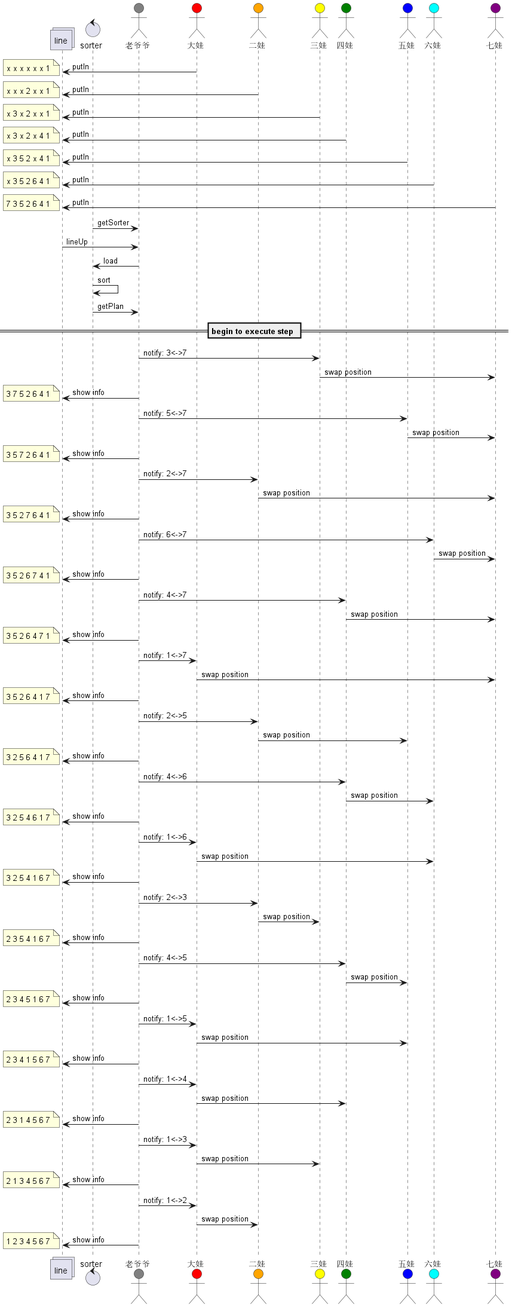
Kekwy/kekwy.github.io keeps this PlantUML diagram as imglib/javahw2/tast1_timeLine.png. Above is the earlier version. The source it was exported from:
```plantuml
@startuml


collections line

control sorter
actor   老爷爷  as   theGeezer #Grey
actor   大娃   as   ONE       #Red
actor   二娃   as   TWO       #Orange
actor   三娃   as   THREE     #Yellow
actor   四娃   as   FOUR      #Green
actor   五娃   as   FIVE      #Blue
actor   六娃   as   SIX       #Cyan
actor   七娃   as   SEVEN     #Purple

line <- ONE: putIn
note left: x x x x x x 1

line <- TWO: putIn
note left: x x x 2 x x 1

line <- THREE: putIn
note left: x 3 x 2 x x 1

line <- FOUR: putIn
note left: x 3 x 2 x 4 1

line <- FIVE: putIn
note left: x 3 5 2 x 4 1

line <- SIX: putIn
note left: x 3 5 2 6 4 1

line <- SEVEN: putIn
note left: 7 3 5 2 6 4 1

sorter -> theGeezer: getSorter
line -> theGeezer: lineUp
sorter <- theGeezer: load
sorter -> sorter: sort
sorter -> theGeezer: getPlan

== begin to execute step ==

theGeezer -> THREE: notify: 3<->7
THREE -> SEVEN: swap position
theGeezer -> line: show info
note left: 3 7 5 2 6 4 1

theGeezer -> FIVE: notify: 5<->7
FIVE -> SEVEN: swap position
theGeezer -> line: show info
note left: 3 5 7 2 6 4 1

theGeezer -> TWO: notify: 2<->7
TWO -> SEVEN: swap position
theGeezer -> line: show info
note left: 3 5 2 7 6 4 1

theGeezer -> SIX: notify: 6<->7
SIX -> SEVEN: swap position
theGeezer -> line: show info
note left: 3 5 2 6 7 4 1

theGeezer -> FOUR: notify: 4<->7
FOUR -> SEVEN: swap position
theGeezer -> line: show info
note left: 3 5 2 6 4 7 1

theGeezer -> ONE: notify: 1<->7
ONE -> SEVEN: swap position
theGeezer -> line: show info
note left: 3 5 2 6 4 1 7

theGeezer -> TWO: notify: 2<->5
TWO -> FIVE: swap position
theGeezer -> line: show info
note left: 3 2 5 6 4 1 7

theGeezer -> FOUR: notify: 4<->6
FOUR -> SIX: swap position
theGeezer -> line: show info
note left: 3 2 5 4 6 1 7

theGeezer -> ONE: notify: 1<->6
ONE -> SIX: swap position
theGeezer -> line: show info
note left: 3 2 5 4 1 6 7

theGeezer -> TWO: notify: 2<->3
TWO -> THREE: swap position
theGeezer -> line: show info
note left: 2 3 5 4 1 6 7

theGeezer -> FOUR: notify: 4<->5
FOUR -> FIVE: swap position
theGeezer -> line: show info
note left: 2 3 4 5 1 6 7

theGeezer -> ONE: notify: 1<->5
ONE -> FIVE: swap position
theGeezer -> line: show info
note left: 2 3 4 1 5 6 7

theGeezer -> ONE: notify: 1<->4
ONE -> FOUR: swap position
theGeezer -> line: show info
note left: 2 3 1 4 5 6 7

theGeezer -> ONE: notify: 1<->3
ONE -> THREE: swap position
theGeezer -> line: show info
note left: 2 1 3 4 5 6 7

theGeezer -> ONE: notify: 1<->2
ONE -> TWO: swap position
theGeezer -> line: show info
note left: 1 2 3 4 5 6 7


@enduml
```
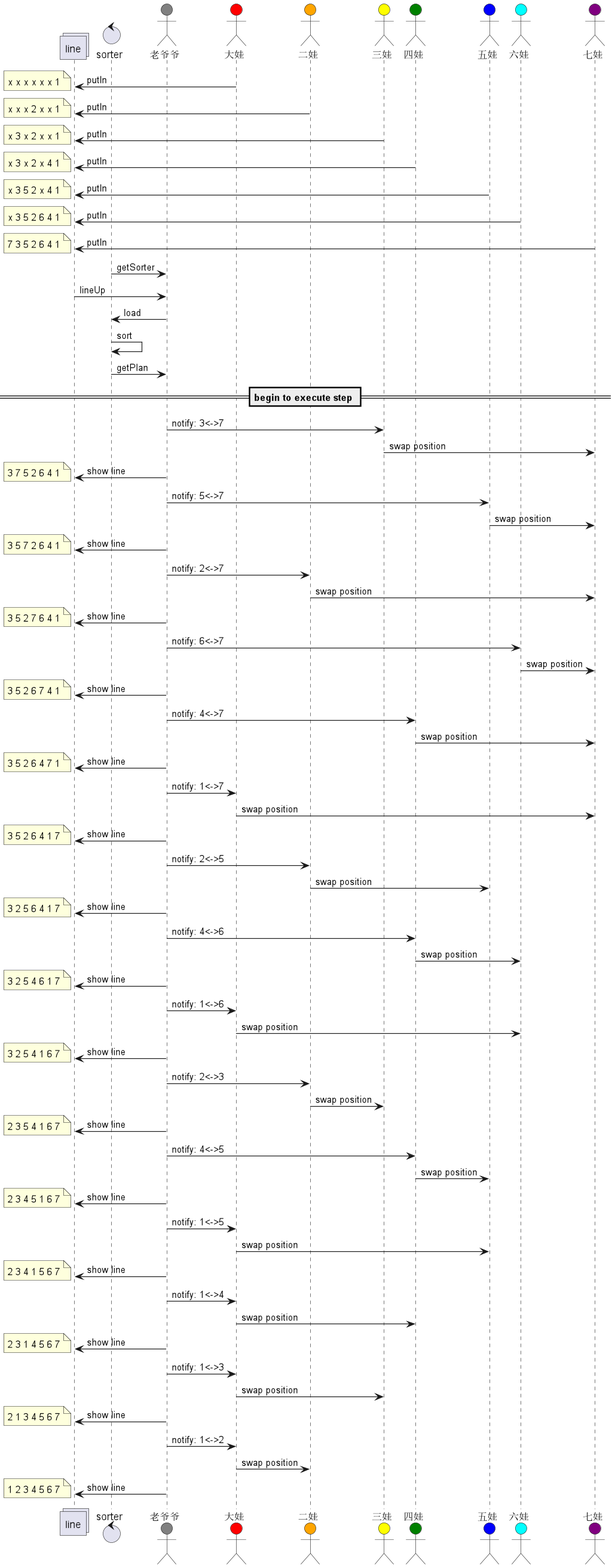
After the commit.

Diff of the diagram source:
```diff
@@ -44,77 +44,77 @@
 
 theGeezer -> THREE: notify: 3<->7
 THREE -> SEVEN: swap position
-theGeezer -> line: show info
+theGeezer -> line: show line
 note left: 3 7 5 2 6 4 1
 
 theGeezer -> FIVE: notify: 5<->7
 FIVE -> SEVEN: swap position
-theGeezer -> line: show info
+theGeezer -> line: show line
 note left: 3 5 7 2 6 4 1
 
 theGeezer -> TWO: notify: 2<->7
 TWO -> SEVEN: swap position
-theGeezer -> line: show info
+theGeezer -> line: show line
 note left: 3 5 2 7 6 4 1
 
 theGeezer -> SIX: notify: 6<->7
 SIX -> SEVEN: swap position
-theGeezer -> line: show info
+theGeezer -> line: show line
 note left: 3 5 2 6 7 4 1
 
 theGeezer -> FOUR: notify: 4<->7
 FOUR -> SEVEN: swap position
-theGeezer -> line: show info
+theGeezer -> line: show line
 note left: 3 5 2 6 4 7 1
 
 theGeezer -> ONE: notify: 1<->7
 ONE -> SEVEN: swap position
-theGeezer -> line: show info
+theGeezer -> line: show line
 note left: 3 5 2 6 4 1 7
 
 theGeezer -> TWO: notify: 2<->5
 TWO -> FIVE: swap position
-theGeezer -> line: show info
+theGeezer -> line: show line
 note left: 3 2 5 6 4 1 7
 
 theGeezer -> FOUR: notify: 4<->6
 FOUR -> SIX: swap position
-theGeezer -> line: show info
+theGeezer -> line: show line
 note left: 3 2 5 4 6 1 7
 
 theGeezer -> ONE: notify: 1<->6
 ONE -> SIX: swap position
-theGeezer -> line: show info
+theGeezer -> line: show line
 note left: 3 2 5 4 1 6 7
 
 theGeezer -> TWO: notify: 2<->3
 TWO -> THREE: swap position
-theGeezer -> line: show info
+theGeezer -> line: show line
 note left: 2 3 5 4 1 6 7
 
 theGeezer -> FOUR: notify: 4<->5
 FOUR -> FIVE: swap position
-theGeezer -> line: show info
+theGeezer -> line: show line
 note left: 2 3 4 5 1 6 7
 
 theGeezer -> ONE: notify: 1<->5
 ONE -> FIVE: swap position
-theGeezer -> line: show info
+theGeezer -> line: show line
 note left: 2 3 4 1 5 6 7
 
 theGeezer -> ONE: notify: 1<->4
 ONE -> FOUR: swap position
-theGeezer -> line: show info
+theGeezer -> line: show line
 note left: 2 3 1 4 5 6 7
 
 theGeezer -> ONE: notify: 1<->3
 ONE -> THREE: swap position
-theGeezer -> line: show info
+theGeezer -> line: show line
 note left: 2 1 3 4 5 6 7
 
 theGeezer -> ONE: notify: 1<->2
 ONE -> TWO: swap position
-theGeezer -> line: show info
+theGeezer -> line: show line
 note left: 1 2 3 4 5 6 7
 
 
```
